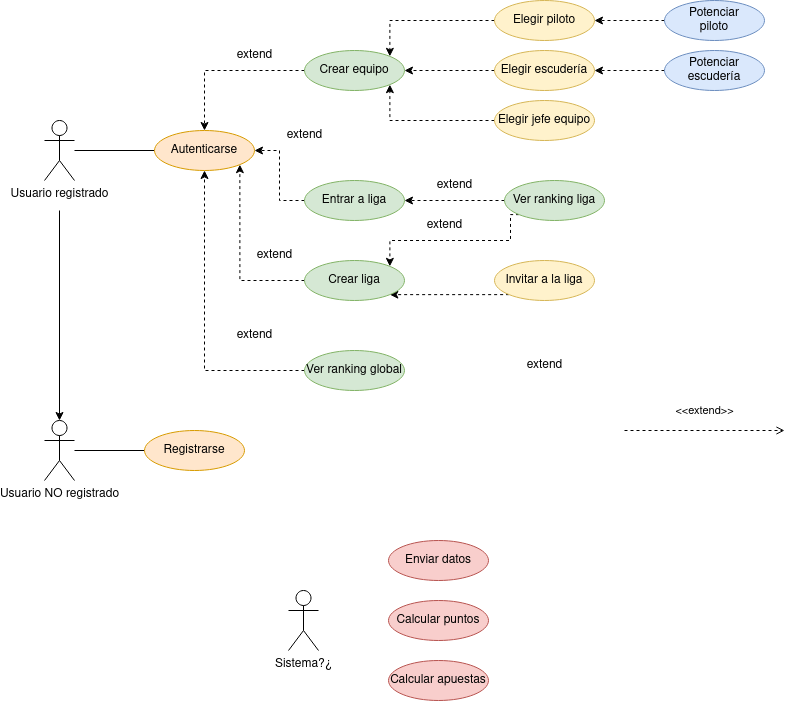
Above: doc/diagramas/img/Diagrama_casos_uso.drawio.png in adrianhrb/proyecto_ETS (draw.io), before the change. Source tidied: cells renumbered, new cells last; positions are measured from the earlier drawing's top-left corner, leaving out a move shared by most shapes.
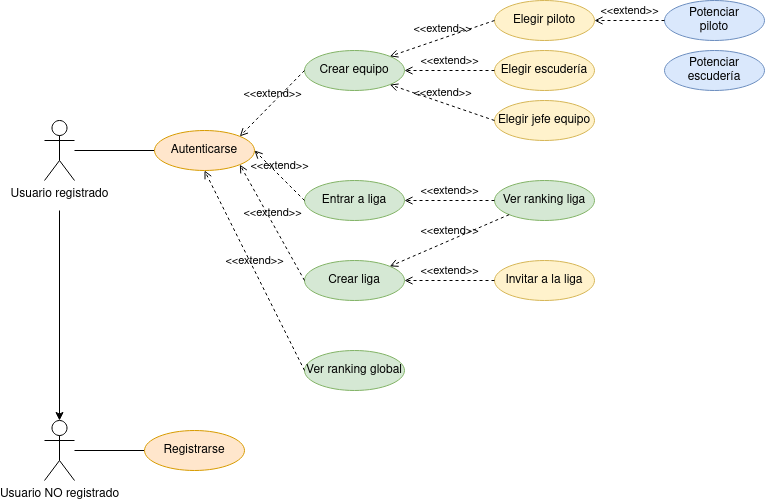
The same file after the commit.

Commit message:
Finalizado dibujo de diagrama casos de uso #9

What changed in the source:
```diff
@@ -16,69 +16,30 @@
     <mxCell id="5" value="Autenticarse" style="ellipse;whiteSpace=wrap;html=1;align=center;fillColor=#ffe6cc;strokeColor=#d79b00;" parent="1" vertex="1">
       <mxGeometry x="110" y="130" width="100" height="40" as="geometry" />
     </mxCell>
-    <mxCell id="6" style="edgeStyle=orthogonalEdgeStyle;rounded=0;jettySize=auto;html=1;exitX=0;exitY=0.5;exitDx=0;exitDy=0;dashed=1;" parent="1" edge="1" source="7" target="5">
-      <mxGeometry relative="1" as="geometry" />
-    </mxCell>
     <mxCell id="7" value="Crear equipo" style="ellipse;whiteSpace=wrap;html=1;align=center;fillColor=#d5e8d4;strokeColor=#82b366;" parent="1" vertex="1">
       <mxGeometry x="260" y="50" width="100" height="40" as="geometry" />
     </mxCell>
-    <mxCell id="8" style="edgeStyle=orthogonalEdgeStyle;rounded=0;jettySize=auto;html=1;exitX=0;exitY=0.5;exitDx=0;exitDy=0;entryX=1;entryY=0;entryDx=0;entryDy=0;dashed=1;" parent="1" edge="1" source="9" target="7">
-      <mxGeometry relative="1" as="geometry" />
-    </mxCell>
     <mxCell id="9" value="Elegir piloto" style="ellipse;whiteSpace=wrap;html=1;align=center;fillColor=#fff2cc;strokeColor=#d6b656;" parent="1" vertex="1">
       <mxGeometry x="450" width="100" height="40" as="geometry" />
     </mxCell>
-    <mxCell id="10" style="edgeStyle=orthogonalEdgeStyle;rounded=0;jettySize=auto;html=1;exitX=0;exitY=0.5;exitDx=0;exitDy=0;dashed=1;" parent="1" edge="1" source="11" target="7">
-      <mxGeometry relative="1" as="geometry" />
-    </mxCell>
     <mxCell id="11" value="Elegir escudería" style="ellipse;whiteSpace=wrap;html=1;align=center;fillColor=#fff2cc;strokeColor=#d6b656;" parent="1" vertex="1">
       <mxGeometry x="450" y="50" width="100" height="40" as="geometry" />
     </mxCell>
-    <mxCell id="12" style="edgeStyle=orthogonalEdgeStyle;rounded=0;jettySize=auto;html=1;exitX=0;exitY=0.5;exitDx=0;exitDy=0;entryX=1;entryY=1;entryDx=0;entryDy=0;dashed=1;" parent="1" edge="1" source="13" target="7">
-      <mxGeometry relative="1" as="geometry" />
-    </mxCell>
     <mxCell id="13" value="Elegir jefe equipo" style="ellipse;whiteSpace=wrap;html=1;align=center;fillColor=#fff2cc;strokeColor=#d6b656;" parent="1" vertex="1">
       <mxGeometry x="450" y="100" width="100" height="40" as="geometry" />
     </mxCell>
-    <mxCell id="14" style="edgeStyle=orthogonalEdgeStyle;rounded=0;jettySize=auto;html=1;exitX=0;exitY=0.5;exitDx=0;exitDy=0;dashed=1;" parent="1" edge="1" source="15" target="9">
-      <mxGeometry relative="1" as="geometry" />
-    </mxCell>
     <mxCell id="15" value="&lt;div&gt;Potenciar &lt;br&gt;&lt;/div&gt;&lt;div&gt;piloto&lt;/div&gt;" style="ellipse;whiteSpace=wrap;html=1;align=center;fillColor=#dae8fc;strokeColor=#6c8ebf;" parent="1" vertex="1">
       <mxGeometry x="620" width="100" height="40" as="geometry" />
     </mxCell>
-    <mxCell id="16" style="edgeStyle=orthogonalEdgeStyle;rounded=0;jettySize=auto;html=1;exitX=0;exitY=0.5;exitDx=0;exitDy=0;entryX=1;entryY=0.5;entryDx=0;entryDy=0;dashed=1;" parent="1" edge="1" source="17" target="5">
-      <mxGeometry relative="1" as="geometry" />
-    </mxCell>
     <mxCell id="17" value="Entrar a liga" style="ellipse;whiteSpace=wrap;html=1;align=center;fillColor=#d5e8d4;strokeColor=#82b366;" parent="1" vertex="1">
       <mxGeometry x="260" y="180" width="100" height="40" as="geometry" />
     </mxCell>
-    <mxCell id="18" style="edgeStyle=orthogonalEdgeStyle;rounded=0;jettySize=auto;html=1;exitX=0;exitY=1;exitDx=0;exitDy=0;entryX=1;entryY=1;entryDx=0;entryDy=0;dashed=1;" parent="1" edge="1" source="19" target="21">
-      <mxGeometry relative="1" as="geometry" />
-    </mxCell>
     <mxCell id="19" value="Invitar a la liga" style="ellipse;whiteSpace=wrap;html=1;align=center;fillColor=#fff2cc;strokeColor=#d6b656;" parent="1" vertex="1">
       <mxGeometry x="450" y="260" width="100" height="40" as="geometry" />
     </mxCell>
-    <mxCell id="20" style="edgeStyle=orthogonalEdgeStyle;rounded=0;jettySize=auto;html=1;exitX=0;exitY=0.5;exitDx=0;exitDy=0;entryX=1;entryY=1;entryDx=0;entryDy=0;dashed=1;" parent="1" edge="1" source="21" target="5">
-      <mxGeometry relative="1" as="geometry" />
-    </mxCell>
     <mxCell id="21" value="Crear liga" style="ellipse;whiteSpace=wrap;html=1;align=center;fillColor=#d5e8d4;strokeColor=#82b366;" parent="1" vertex="1">
       <mxGeometry x="260" y="260" width="100" height="40" as="geometry" />
     </mxCell>
-    <mxCell id="22" value="Sistema?¿" style="shape=umlActor;verticalLabelPosition=bottom;verticalAlign=top;html=1;" parent="1" vertex="1">
-      <mxGeometry x="244" y="590" width="30" height="60" as="geometry" />
-    </mxCell>
-    <mxCell id="23" value="Enviar datos" style="ellipse;whiteSpace=wrap;html=1;align=center;fillColor=#f8cecc;strokeColor=#b85450;" parent="1" vertex="1">
-      <mxGeometry x="344" y="540" width="100" height="40" as="geometry" />
-    </mxCell>
-    <mxCell id="24" value="Calcular puntos" style="ellipse;whiteSpace=wrap;html=1;align=center;fillColor=#f8cecc;strokeColor=#b85450;" parent="1" vertex="1">
-      <mxGeometry x="344" y="600" width="100" height="40" as="geometry" />
-    </mxCell>
-    <mxCell id="25" value="Calcular apuestas" style="ellipse;whiteSpace=wrap;html=1;align=center;fillColor=#f8cecc;strokeColor=#b85450;" parent="1" vertex="1">
-      <mxGeometry x="344" y="660" width="100" height="40" as="geometry" />
-    </mxCell>
-    <mxCell id="26" style="edgeStyle=orthogonalEdgeStyle;rounded=0;jettySize=auto;html=1;exitX=0;exitY=0.5;exitDx=0;exitDy=0;entryX=1;entryY=0.5;entryDx=0;entryDy=0;dashed=1;" parent="1" edge="1" source="27" target="11">
-      <mxGeometry relative="1" as="geometry" />
-    </mxCell>
     <mxCell id="27" value="Potenciar escudería" style="ellipse;whiteSpace=wrap;html=1;align=center;fillColor=#dae8fc;strokeColor=#6c8ebf;" parent="1" vertex="1">
       <mxGeometry x="620" y="50" width="100" height="40" as="geometry" />
     </mxCell>
@@ -91,52 +52,47 @@
     <mxCell id="30" value="Registrarse" style="ellipse;whiteSpace=wrap;html=1;align=center;fillColor=#ffe6cc;strokeColor=#d79b00;" parent="1" vertex="1">
       <mxGeometry x="100" y="430" width="100" height="40" as="geometry" />
     </mxCell>
+    <mxCell id="32" value="Ver ranking global" style="ellipse;whiteSpace=wrap;html=1;align=center;fillColor=#d5e8d4;strokeColor=#82b366;" parent="1" vertex="1">
+      <mxGeometry x="260" y="350" width="100" height="40" as="geometry" />
+    </mxCell>
+    <mxCell id="35" value="Ver ranking liga" style="ellipse;whiteSpace=wrap;html=1;align=center;fillColor=#d5e8d4;strokeColor=#82b366;" parent="1" vertex="1">
+      <mxGeometry x="450" y="180" width="100" height="40" as="geometry" />
+    </mxCell>
-    <mxCell id="31" style="edgeStyle=orthogonalEdgeStyle;rounded=0;jettySize=auto;html=1;exitX=0;exitY=0.5;exitDx=0;exitDy=0;entryX=0.5;entryY=1;entryDx=0;entryDy=0;dashed=1;" parent="1" edge="1" source="32" target="5">
+    <mxCell id="31" value="&amp;lt;&amp;lt;extend&amp;gt;&amp;gt;" style="html=1;verticalAlign=bottom;labelBackgroundColor=none;endArrow=open;endFill=0;dashed=1;rounded=0;exitX=0;exitY=0.5;exitDx=0;exitDy=0;entryX=0.5;entryY=1;entryDx=0;entryDy=0;" parent="1" edge="1" source="32" target="5">
       <mxGeometry relative="1" as="geometry" />
     </mxCell>
-    <mxCell id="32" value="Ver ranking global" style="ellipse;whiteSpace=wrap;html=1;align=center;fillColor=#d5e8d4;strokeColor=#82b366;" parent="1" vertex="1">
-      <mxGeometry x="260" y="350" width="100" height="40" as="geometry" />
-    </mxCell>
+    <mxCell id="20" value="&amp;lt;&amp;lt;extend&amp;gt;&amp;gt;" style="html=1;verticalAlign=bottom;labelBackgroundColor=none;endArrow=open;endFill=0;dashed=1;rounded=0;exitX=0;exitY=0.5;exitDx=0;exitDy=0;entryX=1;entryY=1;entryDx=0;entryDy=0;" parent="1" edge="1" source="21" target="5">
+      <mxGeometry relative="1" as="geometry" />
+    </mxCell>
+    <mxCell id="16" value="&amp;lt;&amp;lt;extend&amp;gt;&amp;gt;" style="html=1;verticalAlign=bottom;labelBackgroundColor=none;endArrow=open;endFill=0;dashed=1;rounded=0;exitX=0;exitY=0.5;exitDx=0;exitDy=0;entryX=1;entryY=0.5;entryDx=0;entryDy=0;" parent="1" edge="1" source="17" target="5">
+      <mxGeometry relative="1" as="geometry" />
+    </mxCell>
+    <mxCell id="6" value="&amp;lt;&amp;lt;extend&amp;gt;&amp;gt;" style="html=1;verticalAlign=bottom;labelBackgroundColor=none;endArrow=open;endFill=0;dashed=1;rounded=0;exitX=0;exitY=0.5;exitDx=0;exitDy=0;entryX=1;entryY=0;entryDx=0;entryDy=0;" parent="1" edge="1" source="7" target="5">
+      <mxGeometry relative="1" as="geometry" />
+    </mxCell>
+    <mxCell id="8" value="&amp;lt;&amp;lt;extend&amp;gt;&amp;gt;" style="html=1;verticalAlign=bottom;labelBackgroundColor=none;endArrow=open;endFill=0;dashed=1;rounded=0;exitX=0;exitY=0.5;exitDx=0;exitDy=0;entryX=1;entryY=0;entryDx=0;entryDy=0;" parent="1" edge="1" source="9" target="7">
+      <mxGeometry relative="1" as="geometry" />
+    </mxCell>
+    <mxCell id="10" value="&amp;lt;&amp;lt;extend&amp;gt;&amp;gt;" style="html=1;verticalAlign=bottom;labelBackgroundColor=none;endArrow=open;endFill=0;dashed=1;rounded=0;exitX=0;exitY=0.5;exitDx=0;exitDy=0;entryX=1;entryY=0.5;entryDx=0;entryDy=0;" parent="1" edge="1" source="11" target="7">
+      <mxGeometry relative="1" as="geometry" />
+    </mxCell>
+    <mxCell id="12" value="&amp;lt;&amp;lt;extend&amp;gt;&amp;gt;" style="html=1;verticalAlign=bottom;labelBackgroundColor=none;endArrow=open;endFill=0;dashed=1;rounded=0;exitX=0;exitY=0.5;exitDx=0;exitDy=0;entryX=1;entryY=1;entryDx=0;entryDy=0;" parent="1" edge="1" source="13" target="7">
+      <mxGeometry relative="1" as="geometry" />
+    </mxCell>
+    <mxCell id="14" value="&amp;lt;&amp;lt;extend&amp;gt;&amp;gt;" style="html=1;verticalAlign=bottom;labelBackgroundColor=none;endArrow=open;endFill=0;dashed=1;rounded=0;exitX=0;exitY=0.5;exitDx=0;exitDy=0;entryX=1;entryY=0.5;entryDx=0;entryDy=0;" parent="1" edge="1" source="15" target="9">
+      <mxGeometry relative="1" as="geometry" />
+    </mxCell>
+    <mxCell id="44" style="edgeStyle=orthogonalEdgeStyle;rounded=0;orthogonalLoop=1;jettySize=auto;html=1;exitX=0.5;exitY=1;exitDx=0;exitDy=0;" parent="1" edge="1" source="19" target="19">
+      <mxGeometry relative="1" as="geometry" />
+    </mxCell>
-    <mxCell id="33" style="edgeStyle=orthogonalEdgeStyle;rounded=0;jettySize=auto;html=1;exitX=0;exitY=0.5;exitDx=0;exitDy=0;entryX=1;entryY=0.5;entryDx=0;entryDy=0;dashed=1;" parent="1" edge="1" source="35" target="17">
+    <mxCell id="33" value="&amp;lt;&amp;lt;extend&amp;gt;&amp;gt;" style="html=1;verticalAlign=bottom;labelBackgroundColor=none;endArrow=open;endFill=0;dashed=1;rounded=0;exitX=0;exitY=0.5;exitDx=0;exitDy=0;entryX=1;entryY=0.5;entryDx=0;entryDy=0;" parent="1" edge="1" source="35" target="17">
       <mxGeometry relative="1" as="geometry" />
     </mxCell>
+    <mxCell id="18" value="&amp;lt;&amp;lt;extend&amp;gt;&amp;gt;" style="html=1;verticalAlign=bottom;labelBackgroundColor=none;endArrow=open;endFill=0;dashed=1;rounded=0;exitX=0;exitY=0.5;exitDx=0;exitDy=0;entryX=1;entryY=0.5;entryDx=0;entryDy=0;" parent="1" edge="1" source="19" target="21">
+      <mxGeometry relative="1" as="geometry" />
+    </mxCell>
-    <mxCell id="34" style="edgeStyle=orthogonalEdgeStyle;rounded=0;jettySize=auto;html=1;exitX=0;exitY=1;exitDx=0;exitDy=0;entryX=1;entryY=0;entryDx=0;entryDy=0;dashed=1;" parent="1" edge="1" source="35" target="21">
-      <mxGeometry relative="1" as="geometry">
-        <Array as="points">
-          <mxPoint x="466" y="240" />
-          <mxPoint x="345" y="240" />
-        </Array>
-      </mxGeometry>
+    <mxCell id="34" value="&amp;lt;&amp;lt;extend&amp;gt;&amp;gt;" style="html=1;verticalAlign=bottom;labelBackgroundColor=none;endArrow=open;endFill=0;dashed=1;rounded=0;exitX=0;exitY=1;exitDx=0;exitDy=0;entryX=1;entryY=0;entryDx=0;entryDy=0;" parent="1" edge="1" source="35" target="21">
+      <mxGeometry relative="1" as="geometry" />
     </mxCell>
-    <mxCell id="35" value="Ver ranking liga" style="ellipse;whiteSpace=wrap;html=1;align=center;fillColor=#d5e8d4;strokeColor=#82b366;" parent="1" vertex="1">
-      <mxGeometry x="460" y="180" width="100" height="40" as="geometry" />
-    </mxCell>
-    <mxCell id="36" value="extend" style="text;html=1;align=center;verticalAlign=middle;strokeColor=none;fillColor=none;" parent="1" vertex="1">
-      <mxGeometry x="180" y="40" width="60" height="30" as="geometry" />
-    </mxCell>
-    <mxCell id="37" value="extend" style="text;html=1;align=center;verticalAlign=middle;strokeColor=none;fillColor=none;" parent="1" vertex="1">
-      <mxGeometry x="230" y="120" width="60" height="30" as="geometry" />
-    </mxCell>
-    <mxCell id="38" value="extend" style="text;html=1;align=center;verticalAlign=middle;strokeColor=none;fillColor=none;" parent="1" vertex="1">
-      <mxGeometry x="200" y="240" width="60" height="30" as="geometry" />
-    </mxCell>
-    <mxCell id="39" value="extend" style="text;html=1;align=center;verticalAlign=middle;strokeColor=none;fillColor=none;" parent="1" vertex="1">
-      <mxGeometry x="180" y="320" width="60" height="30" as="geometry" />
-    </mxCell>
-    <mxCell id="40" value="extend" style="text;html=1;align=center;verticalAlign=middle;strokeColor=none;fillColor=none;" parent="1" vertex="1">
-      <mxGeometry x="470" y="350" width="60" height="30" as="geometry" />
-    </mxCell>
-    <mxCell id="41" value="extend" style="text;html=1;align=center;verticalAlign=middle;strokeColor=none;fillColor=none;" parent="1" vertex="1">
-      <mxGeometry x="370" y="210" width="60" height="30" as="geometry" />
-    </mxCell>
-    <mxCell id="42" value="extend" style="text;html=1;align=center;verticalAlign=middle;strokeColor=none;fillColor=none;" parent="1" vertex="1">
-      <mxGeometry x="380" y="170" width="60" height="30" as="geometry" />
-    </mxCell>
-    <mxCell id="43" value="&amp;lt;&amp;lt;extend&amp;gt;&amp;gt;" style="html=1;verticalAlign=bottom;labelBackgroundColor=none;endArrow=open;endFill=0;dashed=1;rounded=0;" parent="1" edge="1">
-      <mxGeometry y="10" relative="1" as="geometry">
-        <mxPoint x="580" y="430" as="sourcePoint" />
-        <mxPoint x="740" y="430" as="targetPoint" />
-      </mxGeometry>
-    </mxCell>
   </root>
 </mxGraphModel>
```
